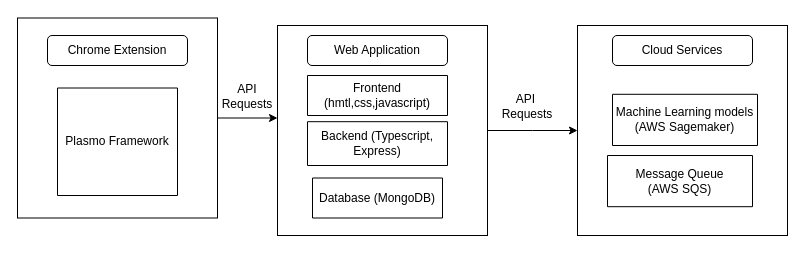
Earlier version of the draw.io diagram Untitled Diagram.drawio (Favourphp/Savasana-AI). Source tidied: cells renumbered, new cells numbered last; positions are measured from the earlier drawing's top-left corner, leaving out a move shared by most shapes. Both pictures are drawn from the tidied source at 100%, with x=0, y=0 at pixel (17, 17).
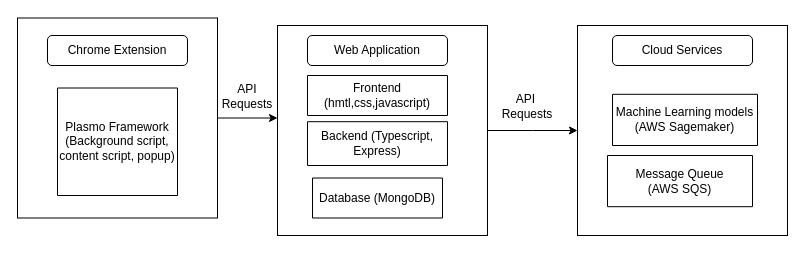
After the change.

Commit message:
System Design Architecture.drawio

What changed in the source:
```diff
@@
-    <mxCell id="10" value="Plasmo Framework" style="shape=parallelogram;perimeter=parallelogramPerimeter;whiteSpace=wrap;html=1;fixedSize=1;size=-260;" parent="1" vertex="1">
+    <mxCell id="10" value="Plasmo Framework&lt;br style=&quot;border-color: var(--border-color);&quot;&gt;(Background script, content script, popup)" style="shape=parallelogram;perimeter=parallelogramPerimeter;whiteSpace=wrap;html=1;fixedSize=1;size=-260;" parent="1" vertex="1">
       <mxGeometry x="40" y="70.5" width="120" height="107.5" as="geometry" />
     </mxCell>
```
